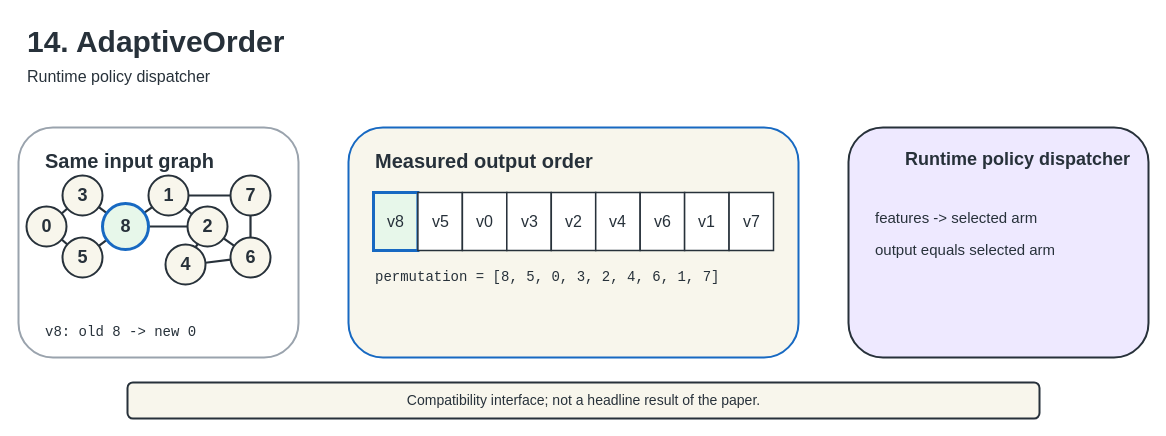
The draw.io diagram docs/figures/editable/14-adaptiveorder.drawio in UVA-LavaLab/GraphBrew, before the edit. Source tidied: cells renumbered, new cells numbered last; positions are measured from the earlier drawing's top-left corner, leaving out a move shared by most shapes. Both pictures are drawn from the tidied source at 100%, with x=0, y=0 at pixel (18, 17).
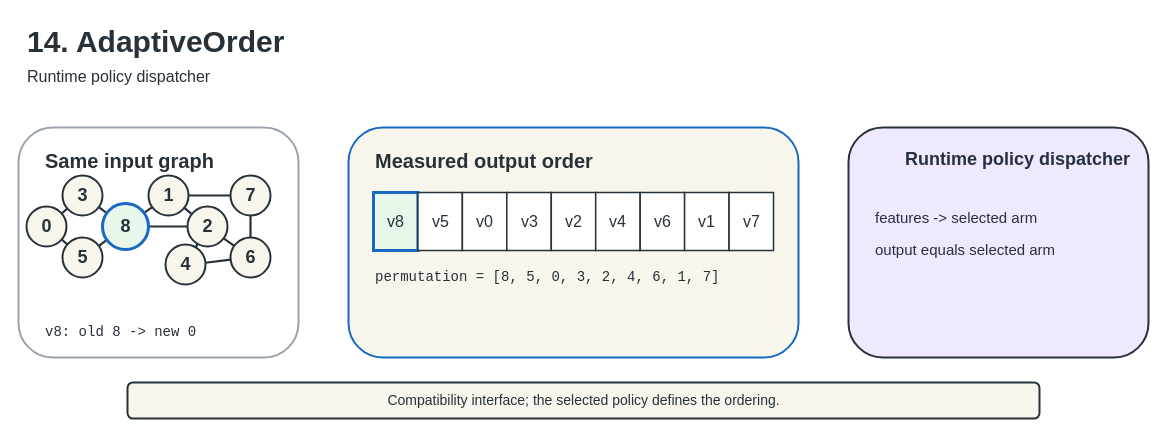
After the change.

The edit, as a diff of the source:
```diff
@@
-    <mxCell id="10" value="Compatibility interface; not a headline result of the paper." style="rounded=1;html=1;fillColor=#F8F6EC;strokeColor=#27313A;strokeWidth=2;fontSize=14;fontColor=#27313A;align=center;" parent="1" vertex="1">
+    <mxCell id="10" value="Compatibility interface; the selected policy defines the ordering." style="rounded=1;html=1;fillColor=#F8F6EC;strokeColor=#27313A;strokeWidth=2;fontSize=14;fontColor=#27313A;align=center;" parent="1" vertex="1">
       <mxGeometry x="109" y="365" width="912" height="36" as="geometry" />
     </mxCell>
```
